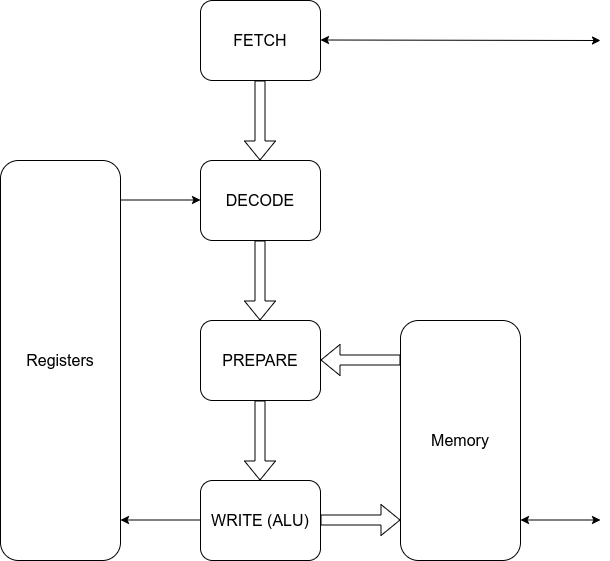
This is doc/cpu.png from MJoergen/qnice_cpu, a draw.io export, as it was before one commit. Source tidied: cells renumbered, new cells last; positions are measured from the earlier drawing's top-left corner, leaving out a move shared by most shapes.
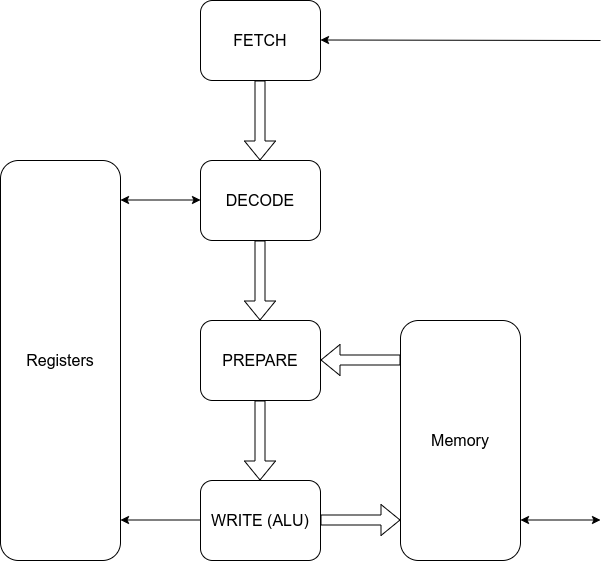
The same diagram one commit later.

Diff of the diagram source:
```diff
@@ -47,13 +47,13 @@
         <mxPoint x="120" y="519.5" as="targetPoint" />
       </mxGeometry>
     </mxCell>
-    <mxCell id="12" style="endArrow=classic;html=1;" parent="1" edge="1">
+    <mxCell id="12" style="endArrow=classic;html=1;startArrow=classic;startFill=1;" parent="1" edge="1">
       <mxGeometry relative="1" as="geometry">
         <mxPoint x="120" y="199.5" as="sourcePoint" />
         <mxPoint x="200" y="199.5" as="targetPoint" />
       </mxGeometry>
     </mxCell>
-    <mxCell id="13" style="endArrow=classic;startArrow=classic;html=1;" parent="1" edge="1">
+    <mxCell id="13" style="endArrow=none;startArrow=classic;html=1;endFill=0;" parent="1" edge="1">
       <mxGeometry relative="1" as="geometry">
         <mxPoint x="320" y="39.5" as="sourcePoint" />
         <mxPoint x="600" y="40" as="targetPoint" />
```
